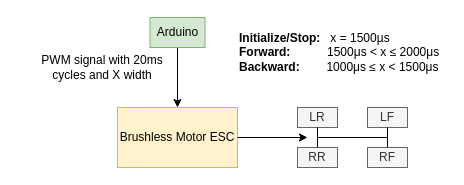
Above: docs/presentation/drawio/brushless-motor-esc.drawio in Stykk-Gruppen/rts-project (draw.io), before the change. Source tidied: cells renumbered, new cells numbered last; positions are measured from the earlier drawing's top-left corner, leaving out a move shared by most shapes. Both pictures are drawn from the tidied source at 100%, with x=0, y=0 at pixel (37, 17).
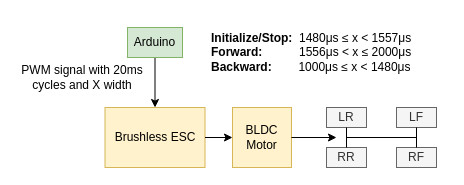
Above is the later version.

What changed in the source:
```diff
@@
 <mxGraphModel>
   <root>
     <mxCell id="0" />
     <mxCell id="1" parent="0" />
-    <mxCell id="2" value="Brushless Motor ESC" style="rounded=0;whiteSpace=wrap;html=1;fillColor=#fff2cc;strokeColor=#d6b656;" parent="1" vertex="1">
-      <mxGeometry x="80" y="90" width="120" height="60" as="geometry" />
+    <mxCell id="2" value="BLDC Motor" style="rounded=0;whiteSpace=wrap;html=1;fillColor=#fff2cc;strokeColor=#d6b656;" parent="1" vertex="1">
+      <mxGeometry x="195" y="90" width="59" height="60" as="geometry" />
     </mxCell>
     <mxCell id="3" value="LR" style="rounded=0;whiteSpace=wrap;html=1;fillColor=#f5f5f5;strokeColor=#666666;fontColor=#333333;" parent="1" vertex="1">
-      <mxGeometry x="260" y="90" width="40" height="20" as="geometry" />
+      <mxGeometry x="289" y="90" width="40" height="20" as="geometry" />
     </mxCell>
     <mxCell id="4" value="RR" style="rounded=0;whiteSpace=wrap;html=1;fillColor=#f5f5f5;strokeColor=#666666;fontColor=#333333;" parent="1" vertex="1">
-      <mxGeometry x="260" y="130" width="40" height="20" as="geometry" />
+      <mxGeometry x="289" y="130" width="40" height="20" as="geometry" />
     </mxCell>
     <mxCell id="5" value="LF" style="rounded=0;whiteSpace=wrap;html=1;fillColor=#f5f5f5;strokeColor=#666666;fontColor=#333333;" parent="1" vertex="1">
-      <mxGeometry x="330" y="90" width="40" height="20" as="geometry" />
+      <mxGeometry x="359" y="90" width="40" height="20" as="geometry" />
     </mxCell>
     <mxCell id="6" value="RF" style="rounded=0;whiteSpace=wrap;html=1;fillColor=#f5f5f5;strokeColor=#666666;fontColor=#333333;" parent="1" vertex="1">
-      <mxGeometry x="330" y="130" width="40" height="20" as="geometry" />
+      <mxGeometry x="359" y="130" width="40" height="20" as="geometry" />
     </mxCell>
     <mxCell id="7" style="endArrow=none;html=1;entryX=0.5;entryY=1;entryDx=0;entryDy=0;exitX=0.5;exitY=0;exitDx=0;exitDy=0;" parent="1" edge="1" source="4" target="3">
       <mxGeometry relative="1" as="geometry" />
     </mxCell>
     <mxCell id="8" style="endArrow=none;html=1;entryX=0.5;entryY=1;entryDx=0;entryDy=0;exitX=0.5;exitY=0;exitDx=0;exitDy=0;" parent="1" edge="1" source="6" target="5">
       <mxGeometry relative="1" as="geometry" />
     </mxCell>
     <mxCell id="9" style="endArrow=none;html=1;" parent="1" edge="1">
       <mxGeometry relative="1" as="geometry">
-        <mxPoint x="280" y="120" as="sourcePoint" />
-        <mxPoint x="350" y="120" as="targetPoint" />
+        <mxPoint x="309" y="120" as="sourcePoint" />
+        <mxPoint x="379" y="120" as="targetPoint" />
       </mxGeometry>
     </mxCell>
     <mxCell id="10" style="endArrow=classic;html=1;exitX=1;exitY=0.5;exitDx=0;exitDy=0;" parent="1" edge="1" source="2">
       <mxGeometry relative="1" as="geometry">
-        <mxPoint x="270" y="120" as="targetPoint" />
+        <mxPoint x="299" y="120" as="targetPoint" />
       </mxGeometry>
     </mxCell>
-    <mxCell id="11" style="endArrow=classic;html=1;entryX=0.5;entryY=0;entryDx=0;entryDy=0;" parent="1" edge="1" target="2">
-      <mxGeometry relative="1" as="geometry">
-        <mxPoint x="140" y="30" as="sourcePoint" />
-      </mxGeometry>
+    <mxCell id="11" style="endArrow=classic;html=1;entryX=0.5;entryY=0;entryDx=0;entryDy=0;exitX=0.5;exitY=1;exitDx=0;exitDy=0;" parent="1" edge="1" source="12" target="15">
+      <mxGeometry relative="1" as="geometry" />
     </mxCell>
     <mxCell id="12" value="Arduino" style="rounded=0;whiteSpace=wrap;html=1;fillColor=#d5e8d4;strokeColor=#82b366;" parent="1" vertex="1">
-      <mxGeometry x="112.5" width="55" height="30" as="geometry" />
+      <mxGeometry x="90" y="10" width="55" height="30" as="geometry" />
     </mxCell>
     <mxCell id="13" value="PWM signal with 20ms cycles and X width" style="text;html=1;strokeColor=none;fillColor=none;align=center;verticalAlign=middle;whiteSpace=wrap;rounded=0;" parent="1" vertex="1">
-      <mxGeometry y="40" width="130" height="20" as="geometry" />
+      <mxGeometry x="-20" y="50" width="130" height="20" as="geometry" />
     </mxCell>
-    <mxCell id="14" value="&lt;b&gt;Initialize/Stop:&lt;/b&gt;&amp;nbsp; &amp;nbsp;x = 1500µs&lt;br&gt;&lt;b&gt;Forward:&lt;/b&gt;&amp;nbsp; &amp;nbsp; &amp;nbsp; &amp;nbsp; &amp;nbsp; &amp;nbsp;1500μs &amp;lt; x&amp;nbsp;≤&amp;nbsp;2000μs&lt;br&gt;&lt;div&gt;&lt;b&gt;Backward:&lt;/b&gt;&amp;nbsp; &amp;nbsp; &amp;nbsp; &amp;nbsp; 1000μs&amp;nbsp;≤&amp;nbsp;x &amp;lt; 1500μs&lt;/div&gt;" style="text;html=1;strokeColor=none;fillColor=none;align=left;verticalAlign=middle;whiteSpace=wrap;rounded=0;" parent="1" vertex="1">
-      <mxGeometry x="200" width="210" height="70" as="geometry" />
+    <mxCell id="14" value="&lt;b&gt;Initialize/Stop:&lt;/b&gt;&amp;nbsp; 1480μs ≤&amp;nbsp;x &amp;lt; 1557μs&lt;br&gt;&lt;b&gt;Forward:&lt;/b&gt;&amp;nbsp; &amp;nbsp; &amp;nbsp; &amp;nbsp; &amp;nbsp; &amp;nbsp;1556μs &amp;lt; x&amp;nbsp;≤&amp;nbsp;2000μs&lt;br&gt;&lt;div&gt;&lt;b&gt;Backward:&lt;/b&gt;&amp;nbsp; &amp;nbsp; &amp;nbsp; &amp;nbsp; 1000μs&amp;nbsp;≤&amp;nbsp;x &amp;lt; 1480μs&lt;/div&gt;" style="text;html=1;strokeColor=none;fillColor=none;align=left;verticalAlign=middle;whiteSpace=wrap;rounded=0;" parent="1" vertex="1">
+      <mxGeometry x="172" width="230" height="70" as="geometry" />
     </mxCell>
+    <mxCell id="15" value="Brushless&amp;nbsp;ESC" style="rounded=0;whiteSpace=wrap;html=1;fillColor=#fff2cc;strokeColor=#d6b656;" parent="1" vertex="1">
+      <mxGeometry x="67.5" y="90" width="100" height="60" as="geometry" />
+    </mxCell>
+    <mxCell id="16" style="endArrow=classic;html=1;exitX=1;exitY=0.5;exitDx=0;exitDy=0;entryX=0;entryY=0.5;entryDx=0;entryDy=0;" parent="1" edge="1" source="15" target="2">
+      <mxGeometry relative="1" as="geometry" />
+    </mxCell>
   </root>
 </mxGraphModel>
```
